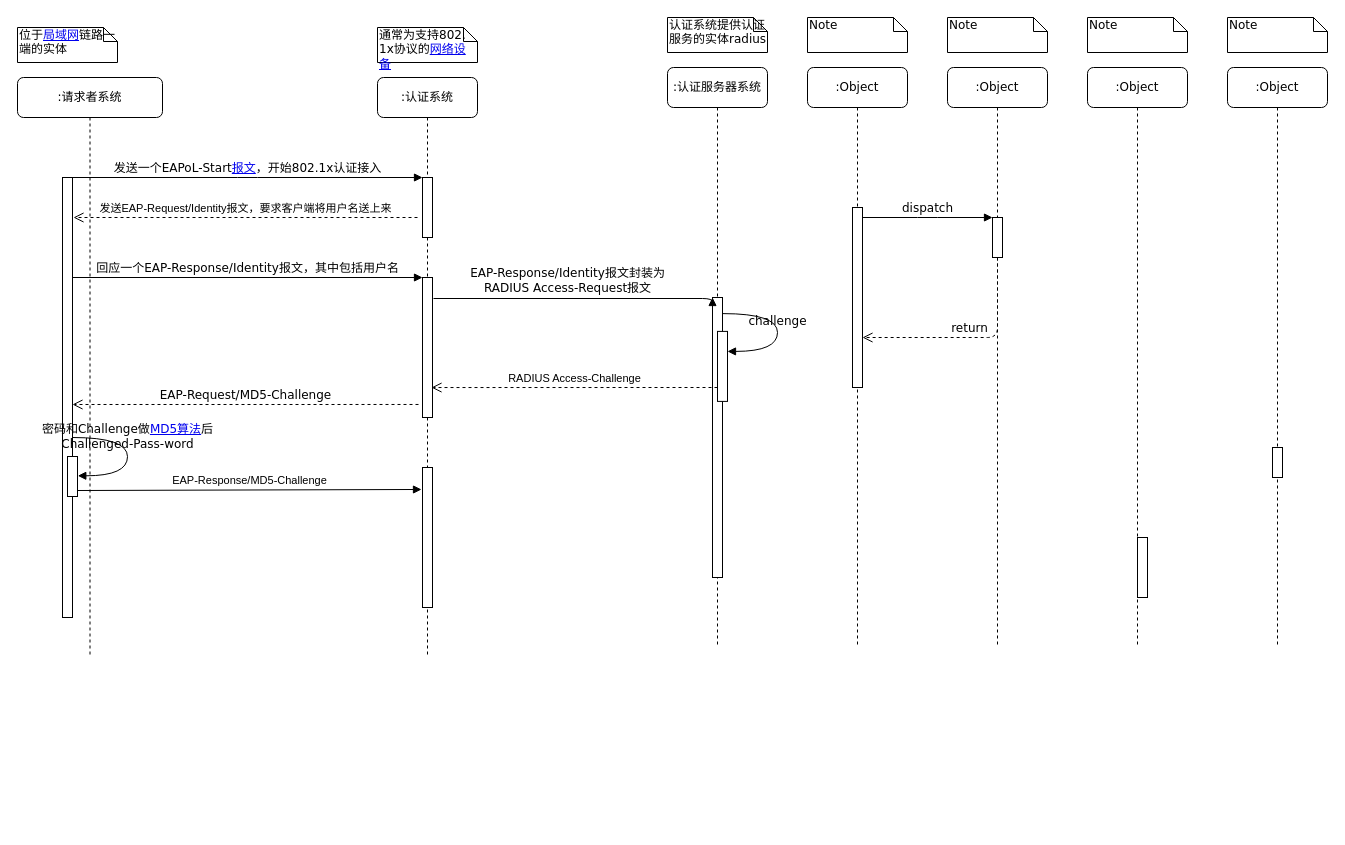
Above: radius/802.1x.drawio in luxiao/drawio (draw.io), before the change. Source tidied: cells renumbered, new cells numbered last; positions are measured from the earlier drawing's top-left corner, leaving out a move shared by most shapes. Both pictures are drawn from the tidied source at 100%, with x=0, y=0 at pixel (17, 17).
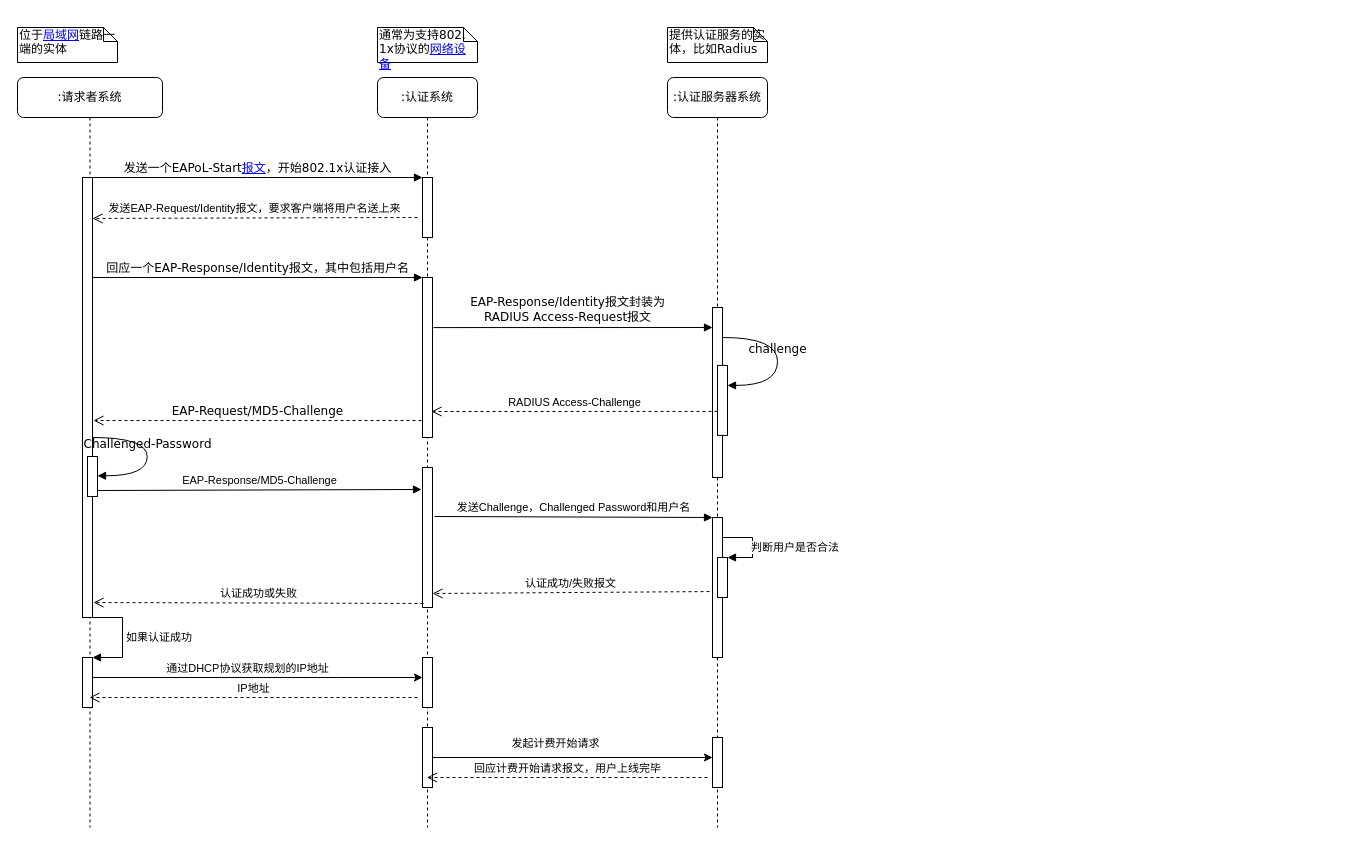
Above is the later version.

The change refers to these unchanged cells:
```xml
<mxCell id="5" style="html=1;points=[];perimeter=orthogonalPerimeter;rounded=0;shadow=0;comic=0;labelBackgroundColor=none;strokeWidth=1;fontFamily=Verdana;fontSize=12;align=center;" parent="2" vertex="1">
  <mxGeometry x="45" y="390" width="10" height="140" as="geometry" />
</mxCell>
```

Change to the diagram source:
```diff
@@
     <mxCell id="2" value=":认证系统" style="shape=umlLifeline;perimeter=lifelinePerimeter;whiteSpace=wrap;html=1;outlineConnect=0;rounded=1;shadow=0;comic=0;labelBackgroundColor=none;strokeWidth=1;fontFamily=Verdana;fontSize=12;align=center;" parent="1" vertex="1">
-      <mxGeometry x="360" y="60" width="100" height="580" as="geometry" />
+      <mxGeometry x="360" y="60" width="100" height="750" as="geometry" />
     </mxCell>
@@
     <mxCell id="4" style="html=1;points=[];perimeter=orthogonalPerimeter;rounded=0;shadow=0;comic=0;labelBackgroundColor=none;strokeWidth=1;fontFamily=Verdana;fontSize=12;align=center;" parent="2" vertex="1">
-      <mxGeometry x="45" y="200" width="10" height="140" as="geometry" />
+      <mxGeometry x="45" y="200" width="10" height="160" as="geometry" />
     </mxCell>
@@
+    <mxCell id="38" style="html=1;points=[];perimeter=orthogonalPerimeter;" parent="2" vertex="1">
+      <mxGeometry x="45" y="580" width="10" height="50" as="geometry" />
+    </mxCell>
+    <mxCell id="39" style="html=1;points=[];perimeter=orthogonalPerimeter;" parent="2" vertex="1">
+      <mxGeometry x="45" y="650" width="10" height="60" as="geometry" />
+    </mxCell>
     <mxCell id="6" value=":认证服务器系统" style="shape=umlLifeline;perimeter=lifelinePerimeter;whiteSpace=wrap;html=1;rounded=1;shadow=0;comic=0;labelBackgroundColor=none;strokeWidth=1;fontFamily=Verdana;fontSize=12;align=center;" parent="1" vertex="1">
-      <mxGeometry x="650" y="50" width="100" height="580" as="geometry" />
+      <mxGeometry x="650" y="60" width="100" height="750" as="geometry" />
     </mxCell>
     <mxCell id="7" style="html=1;points=[];perimeter=orthogonalPerimeter;rounded=0;shadow=0;comic=0;labelBackgroundColor=none;strokeWidth=1;fontFamily=Verdana;fontSize=12;align=center;" parent="6" vertex="1">
-      <mxGeometry x="45" y="230" width="10" height="280" as="geometry" />
+      <mxGeometry x="45" y="230" width="10" height="170" as="geometry" />
     </mxCell>
-    <mxCell id="8" value=":Object" style="shape=umlLifeline;perimeter=lifelinePerimeter;whiteSpace=wrap;html=1;rounded=1;shadow=0;comic=0;labelBackgroundColor=none;strokeWidth=1;fontFamily=Verdana;fontSize=12;align=center;" parent="1" vertex="1">
-      <mxGeometry x="790" y="50" width="100" height="580" as="geometry" />
-    </mxCell>
-    <mxCell id="9" value=":Object" style="shape=umlLifeline;perimeter=lifelinePerimeter;whiteSpace=wrap;html=1;rounded=1;shadow=0;comic=0;labelBackgroundColor=none;strokeWidth=1;fontFamily=Verdana;fontSize=12;align=center;" parent="1" vertex="1">
-      <mxGeometry x="930" y="50" width="100" height="580" as="geometry" />
-    </mxCell>
-    <mxCell id="10" value=":Object" style="shape=umlLifeline;perimeter=lifelinePerimeter;whiteSpace=wrap;html=1;rounded=1;shadow=0;comic=0;labelBackgroundColor=none;strokeWidth=1;fontFamily=Verdana;fontSize=12;align=center;" parent="1" vertex="1">
-      <mxGeometry x="1070" y="50" width="100" height="580" as="geometry" />
-    </mxCell>
-    <mxCell id="11" value=":Object" style="shape=umlLifeline;perimeter=lifelinePerimeter;whiteSpace=wrap;html=1;rounded=1;shadow=0;comic=0;labelBackgroundColor=none;strokeWidth=1;fontFamily=Verdana;fontSize=12;align=center;" parent="1" vertex="1">
-      <mxGeometry x="1210" y="50" width="100" height="580" as="geometry" />
-    </mxCell>
+    <mxCell id="40" style="html=1;points=[];perimeter=orthogonalPerimeter;" parent="6" vertex="1">
+      <mxGeometry x="45" y="440" width="10" height="140" as="geometry" />
+    </mxCell>
+    <mxCell id="41" style="html=1;points=[];perimeter=orthogonalPerimeter;" parent="6" vertex="1">
+      <mxGeometry x="50" y="480" width="10" height="40" as="geometry" />
+    </mxCell>
+    <mxCell id="42" value="判断用户是否合法" style="edgeStyle=orthogonalEdgeStyle;html=1;align=left;spacingLeft=2;endArrow=block;rounded=0;entryX=1;entryY=0;" parent="6" edge="1" target="41">
+      <mxGeometry x="0.07" y="-5" relative="1" as="geometry">
+        <mxPoint x="55" y="460" as="sourcePoint" />
+        <Array as="points">
+          <mxPoint x="85" y="460" />
+        </Array>
+      </mxGeometry>
+    </mxCell>
+    <mxCell id="43" style="html=1;points=[];perimeter=orthogonalPerimeter;" parent="6" vertex="1">
+      <mxGeometry x="45" y="660" width="10" height="50" as="geometry" />
+    </mxCell>
     <mxCell id="12" value=":请求者系统" style="shape=umlLifeline;perimeter=lifelinePerimeter;whiteSpace=wrap;html=1;outlineConnect=0;rounded=1;shadow=0;comic=0;labelBackgroundColor=none;strokeWidth=1;fontFamily=Verdana;fontSize=12;align=center;" parent="1" vertex="1">
-      <mxGeometry y="60" width="145" height="580" as="geometry" />
+      <mxGeometry y="60" width="145" height="750" as="geometry" />
     </mxCell>
     <mxCell id="13" style="html=1;points=[];perimeter=orthogonalPerimeter;rounded=0;shadow=0;comic=0;labelBackgroundColor=none;strokeWidth=1;fontFamily=Verdana;fontSize=12;align=center;" parent="12" vertex="1">
-      <mxGeometry x="45" y="100" width="10" height="440" as="geometry" />
+      <mxGeometry x="65" y="100" width="10" height="440" as="geometry" />
     </mxCell>
-    <mxCell id="14" value="&lt;div&gt;密码和Challenge做&lt;a target=&quot;_blank&quot; href=&quot;https://baike.baidu.com/item/MD5%E7%AE%97%E6%B3%95/174909&quot;&gt;MD5算法&lt;/a&gt;后&lt;/div&gt;&lt;div&gt;Challenged-Pass-word&lt;/div&gt;" style="html=1;verticalAlign=bottom;endArrow=block;labelBackgroundColor=none;fontFamily=Verdana;fontSize=12;elbow=vertical;edgeStyle=orthogonalEdgeStyle;curved=1;entryX=1;entryY=0.286;entryPerimeter=0;exitX=1.038;exitY=0.345;exitPerimeter=0;" parent="12" edge="1">
+    <mxCell id="14" value="&lt;div&gt;Challenged-Password&lt;/div&gt;" style="html=1;verticalAlign=bottom;endArrow=block;labelBackgroundColor=none;fontFamily=Verdana;fontSize=12;elbow=vertical;edgeStyle=orthogonalEdgeStyle;curved=1;entryX=1;entryY=0.286;entryPerimeter=0;exitX=1.038;exitY=0.345;exitPerimeter=0;" parent="12" edge="1">
       <mxGeometry relative="1" as="geometry">
-        <mxPoint x="55.3" y="360" as="sourcePoint" />
-        <mxPoint x="60.3" y="398.3" as="targetPoint" />
+        <mxPoint x="75" y="360" as="sourcePoint" />
+        <mxPoint x="80" y="398.3" as="targetPoint" />
         <Array as="points">
-          <mxPoint x="110" y="360" />
-          <mxPoint x="110" y="398" />
+          <mxPoint x="129.7" y="360" />
+          <mxPoint x="129.7" y="398" />
         </Array>
       </mxGeometry>
     </mxCell>
     <mxCell id="15" style="html=1;points=[];perimeter=orthogonalPerimeter;rounded=0;shadow=0;comic=0;labelBackgroundColor=none;strokeWidth=1;fontFamily=Verdana;fontSize=12;align=center;" parent="12" vertex="1">
-      <mxGeometry x="50" y="379" width="10" height="40" as="geometry" />
+      <mxGeometry x="70" y="379" width="10" height="40" as="geometry" />
     </mxCell>
-    <mxCell id="16" style="html=1;points=[];perimeter=orthogonalPerimeter;rounded=0;shadow=0;comic=0;labelBackgroundColor=none;strokeWidth=1;fontFamily=Verdana;fontSize=12;align=center;" parent="1" vertex="1">
-      <mxGeometry x="835" y="190" width="10" height="180" as="geometry" />
-    </mxCell>
-    <mxCell id="17" style="html=1;points=[];perimeter=orthogonalPerimeter;rounded=0;shadow=0;comic=0;labelBackgroundColor=none;strokeWidth=1;fontFamily=Verdana;fontSize=12;align=center;" parent="1" vertex="1">
-      <mxGeometry x="975" y="200" width="10" height="40" as="geometry" />
-    </mxCell>
-    <mxCell id="18" value="dispatch" style="html=1;verticalAlign=bottom;endArrow=block;entryX=0;entryY=0;labelBackgroundColor=none;fontFamily=Verdana;fontSize=12;edgeStyle=elbowEdgeStyle;elbow=vertical;" parent="1" edge="1" source="16" target="17">
-      <mxGeometry relative="1" as="geometry" />
-    </mxCell>
-    <mxCell id="19" value="return" style="html=1;verticalAlign=bottom;endArrow=open;dashed=1;endSize=8;labelBackgroundColor=none;fontFamily=Verdana;fontSize=12;edgeStyle=elbowEdgeStyle;elbow=vertical;" parent="1" edge="1" source="17" target="16">
-      <mxGeometry relative="1" as="geometry">
-        <Array as="points">
-          <mxPoint x="890" y="320" />
-          <mxPoint x="920" y="230" />
-          <mxPoint x="950" y="230" />
-        </Array>
-      </mxGeometry>
-    </mxCell>
+    <mxCell id="44" style="html=1;points=[];perimeter=orthogonalPerimeter;" parent="12" vertex="1">
+      <mxGeometry x="65" y="580" width="10" height="50" as="geometry" />
+    </mxCell>
+    <mxCell id="45" value="如果认证成功" style="edgeStyle=orthogonalEdgeStyle;html=1;align=left;spacingLeft=2;endArrow=block;rounded=0;entryX=1;entryY=0;" parent="12" edge="1" target="44">
+      <mxGeometry relative="1" as="geometry">
+        <mxPoint x="75" y="540" as="sourcePoint" />
+        <Array as="points">
+          <mxPoint x="105" y="540" />
+        </Array>
+      </mxGeometry>
+    </mxCell>
@@
-    <mxCell id="21" style="html=1;perimeter=orthogonalPerimeter;rounded=0;shadow=0;comic=0;labelBackgroundColor=none;strokeColor=#000000;strokeWidth=1;fillColor=#FFFFFF;fontFamily=Verdana;fontSize=12;fontColor=#000000;align=center;" parent="1" vertex="1">
-      <mxGeometry x="1255" y="430" width="10" height="30" as="geometry" />
-    </mxCell>
-    <mxCell id="22" style="html=1;perimeter=orthogonalPerimeter;rounded=0;shadow=0;comic=0;labelBackgroundColor=none;strokeWidth=1;fontFamily=Verdana;fontSize=12;align=center;" parent="1" vertex="1">
-      <mxGeometry x="1120" y="520" width="10" height="60" as="geometry" />
-    </mxCell>
-    <mxCell id="23" value="EAP-Request/MD5-Challenge" style="html=1;verticalAlign=bottom;endArrow=open;dashed=1;endSize=8;labelBackgroundColor=none;fontFamily=Verdana;fontSize=12;edgeStyle=elbowEdgeStyle;elbow=vertical;exitX=-0.4;exitY=0.907;exitDx=0;exitDy=0;exitPerimeter=0;" parent="1" edge="1" source="4" target="13">
-      <mxGeometry relative="1" as="geometry">
-        <Array as="points">
-          <mxPoint x="320" y="387" />
-        </Array>
-      </mxGeometry>
+    <mxCell id="23" value="EAP-Request/MD5-Challenge" style="html=1;verticalAlign=bottom;endArrow=open;dashed=1;endSize=8;labelBackgroundColor=none;fontFamily=Verdana;fontSize=12;edgeStyle=elbowEdgeStyle;elbow=vertical;exitX=-0.1;exitY=0.894;exitDx=0;exitDy=0;exitPerimeter=0;entryX=1.1;entryY=0.552;entryDx=0;entryDy=0;entryPerimeter=0;" parent="1" edge="1" source="4" target="13">
+      <mxGeometry relative="1" as="geometry" />
     </mxCell>
@@
-    <mxCell id="25" value="&lt;div&gt;EAP-Response/Identity报文封装为&lt;/div&gt;&lt;div&gt;RADIUS Access-Request报文&lt;/div&gt;" style="html=1;verticalAlign=bottom;endArrow=block;entryX=0;entryY=0;labelBackgroundColor=none;fontFamily=Verdana;fontSize=12;edgeStyle=elbowEdgeStyle;elbow=vertical;exitX=1.1;exitY=0.15;exitDx=0;exitDy=0;exitPerimeter=0;" parent="1" edge="1" source="4" target="7">
-      <mxGeometry x="-0.04" y="1" relative="1" as="geometry" />
+    <mxCell id="25" value="&lt;div&gt;EAP-Response/Identity报文封装为&lt;/div&gt;&lt;div&gt;RADIUS Access-Request报文&lt;/div&gt;" style="html=1;verticalAlign=bottom;endArrow=block;labelBackgroundColor=none;fontFamily=Verdana;fontSize=12;edgeStyle=elbowEdgeStyle;elbow=vertical;exitX=1.1;exitY=0.313;exitDx=0;exitDy=0;exitPerimeter=0;entryX=0;entryY=0.112;entryDx=0;entryDy=0;entryPerimeter=0;" parent="1" edge="1" source="4" target="7">
+      <mxGeometry x="-0.04" y="1" relative="1" as="geometry">
+        <Array as="points">
+          <mxPoint x="540" y="310" />
+          <mxPoint x="560" y="295" />
+        </Array>
+      </mxGeometry>
     </mxCell>
     <mxCell id="26" style="html=1;points=[];perimeter=orthogonalPerimeter;rounded=0;shadow=0;comic=0;labelBackgroundColor=none;strokeWidth=1;fontFamily=Verdana;fontSize=12;align=center;" parent="1" vertex="1">
-      <mxGeometry x="700" y="313.9" width="10" height="70" as="geometry" />
+      <mxGeometry x="700" y="347.9" width="10" height="70" as="geometry" />
     </mxCell>
     <mxCell id="27" value="challenge" style="html=1;verticalAlign=bottom;endArrow=block;labelBackgroundColor=none;fontFamily=Verdana;fontSize=12;elbow=vertical;edgeStyle=orthogonalEdgeStyle;curved=1;entryX=1;entryY=0.286;entryPerimeter=0;exitX=1.038;exitY=0.345;exitPerimeter=0;" parent="1" edge="1" target="26">
       <mxGeometry relative="1" as="geometry">
-        <mxPoint x="705.4" y="296.1" as="sourcePoint" />
+        <mxPoint x="705.4" y="320" as="sourcePoint" />
         <Array as="points">
-          <mxPoint x="760" y="295.9" />
-          <mxPoint x="760" y="333.9" />
+          <mxPoint x="760" y="319.9" />
+          <mxPoint x="760" y="367.9" />
         </Array>
       </mxGeometry>
     </mxCell>
@@
-    <mxCell id="30" value="认证系统提供认证服务的实体radius" style="shape=note;whiteSpace=wrap;html=1;size=14;verticalAlign=top;align=left;spacingTop=-6;rounded=0;shadow=0;comic=0;labelBackgroundColor=none;strokeWidth=1;fontFamily=Verdana;fontSize=12;" parent="1" vertex="1">
-      <mxGeometry x="650" width="100" height="35" as="geometry" />
+    <mxCell id="30" value="提供认证服务的实体，比如Radius" style="shape=note;whiteSpace=wrap;html=1;size=14;verticalAlign=top;align=left;spacingTop=-6;rounded=0;shadow=0;comic=0;labelBackgroundColor=none;strokeWidth=1;fontFamily=Verdana;fontSize=12;" parent="1" vertex="1">
+      <mxGeometry x="650" y="10" width="100" height="35" as="geometry" />
     </mxCell>
-    <mxCell id="31" value="Note" style="shape=note;whiteSpace=wrap;html=1;size=14;verticalAlign=top;align=left;spacingTop=-6;rounded=0;shadow=0;comic=0;labelBackgroundColor=none;strokeWidth=1;fontFamily=Verdana;fontSize=12;" parent="1" vertex="1">
-      <mxGeometry x="790" width="100" height="35" as="geometry" />
-    </mxCell>
-    <mxCell id="32" value="Note" style="shape=note;whiteSpace=wrap;html=1;size=14;verticalAlign=top;align=left;spacingTop=-6;rounded=0;shadow=0;comic=0;labelBackgroundColor=none;strokeWidth=1;fontFamily=Verdana;fontSize=12;" parent="1" vertex="1">
-      <mxGeometry x="930" width="100" height="35" as="geometry" />
-    </mxCell>
-    <mxCell id="33" value="Note" style="shape=note;whiteSpace=wrap;html=1;size=14;verticalAlign=top;align=left;spacingTop=-6;rounded=0;shadow=0;comic=0;labelBackgroundColor=none;strokeWidth=1;fontFamily=Verdana;fontSize=12;" parent="1" vertex="1">
-      <mxGeometry x="1070" width="100" height="35" as="geometry" />
-    </mxCell>
-    <mxCell id="34" value="Note" style="shape=note;whiteSpace=wrap;html=1;size=14;verticalAlign=top;align=left;spacingTop=-6;rounded=0;shadow=0;comic=0;labelBackgroundColor=none;strokeWidth=1;fontFamily=Verdana;fontSize=12;" parent="1" vertex="1">
-      <mxGeometry x="1210" width="100" height="35" as="geometry" />
-    </mxCell>
-    <mxCell id="35" value="发送EAP-Request/Identity报文，要求客户端将用户名送上来" style="html=1;verticalAlign=bottom;endArrow=open;dashed=1;endSize=8;" parent="1" edge="1">
+    <mxCell id="35" value="发送EAP-Request/Identity报文，要求客户端将用户名送上来" style="html=1;verticalAlign=bottom;endArrow=open;dashed=1;endSize=8;entryX=1;entryY=0.093;entryDx=0;entryDy=0;entryPerimeter=0;" parent="1" edge="1" target="13">
       <mxGeometry relative="1" as="geometry">
         <mxPoint x="400" y="200" as="sourcePoint" />
-        <mxPoint x="56" y="200" as="targetPoint" />
       </mxGeometry>
     </mxCell>
-    <mxCell id="36" value="RADIUS Access-Challenge" style="html=1;verticalAlign=bottom;endArrow=open;dashed=1;endSize=8;entryX=0.9;entryY=0.786;entryDx=0;entryDy=0;entryPerimeter=0;" parent="1" edge="1" target="4">
+    <mxCell id="36" value="RADIUS Access-Challenge" style="html=1;verticalAlign=bottom;endArrow=open;dashed=1;endSize=8;entryX=0.9;entryY=0.786;entryDx=0;entryDy=0;entryPerimeter=0;" parent="1" edge="1">
       <mxGeometry relative="1" as="geometry">
-        <mxPoint x="700" y="370" as="sourcePoint" />
+        <mxPoint x="700" y="393.9" as="sourcePoint" />
+        <mxPoint x="414" y="394" as="targetPoint" />
       </mxGeometry>
     </mxCell>
@@
+    <mxCell id="46" value="发送Challenge，Challenged Password和用户名" style="html=1;verticalAlign=bottom;endArrow=block;entryX=0;entryY=0;exitX=1.2;exitY=0.35;exitDx=0;exitDy=0;exitPerimeter=0;" parent="1" edge="1" source="5" target="40">
+      <mxGeometry relative="1" as="geometry" />
+    </mxCell>
+    <mxCell id="47" value="认证成功/失败报文" style="html=1;verticalAlign=bottom;endArrow=open;dashed=1;endSize=8;exitX=-0.3;exitY=0.529;entryX=1;entryY=0.9;entryDx=0;entryDy=0;entryPerimeter=0;exitDx=0;exitDy=0;exitPerimeter=0;" parent="1" edge="1" source="40" target="5">
+      <mxGeometry relative="1" as="geometry" />
+    </mxCell>
+    <mxCell id="48" value="认证成功或失败" style="html=1;verticalAlign=bottom;endArrow=open;dashed=1;endSize=8;exitX=0.1;exitY=0.971;exitDx=0;exitDy=0;exitPerimeter=0;entryX=1.1;entryY=0.966;entryDx=0;entryDy=0;entryPerimeter=0;" parent="1" edge="1" source="5" target="13">
+      <mxGeometry relative="1" as="geometry" />
+    </mxCell>
+    <mxCell id="49" style="edgeStyle=orthogonalEdgeStyle;rounded=0;jettySize=auto;html=1;" parent="1" edge="1" source="44" target="38">
+      <mxGeometry relative="1" as="geometry">
+        <Array as="points">
+          <mxPoint x="320" y="660" />
+          <mxPoint x="320" y="660" />
+        </Array>
+      </mxGeometry>
+    </mxCell>
+    <mxCell id="50" value="&lt;div&gt;通过DHCP协议获取规划的IP地址&lt;/div&gt;" style="edgeLabel;html=1;align=center;verticalAlign=middle;" parent="49" vertex="1">
+      <mxGeometry x="-0.1" y="-2" relative="1" as="geometry">
+        <mxPoint x="5" y="-12" as="offset" />
+      </mxGeometry>
+    </mxCell>
+    <mxCell id="51" style="edgeStyle=orthogonalEdgeStyle;rounded=0;jettySize=auto;html=1;" parent="1" edge="1" source="39" target="43">
+      <mxGeometry relative="1" as="geometry">
+        <Array as="points">
+          <mxPoint x="410" y="730" />
+          <mxPoint x="700" y="730" />
+        </Array>
+      </mxGeometry>
+    </mxCell>
+    <mxCell id="52" value="发起计费开始请求" style="edgeLabel;html=1;align=center;verticalAlign=middle;" parent="51" vertex="1">
+      <mxGeometry x="-0.13" y="-2" relative="1" as="geometry">
+        <mxPoint y="-17" as="offset" />
+      </mxGeometry>
+    </mxCell>
+    <mxCell id="53" value="IP地址" style="html=1;verticalAlign=bottom;endArrow=open;dashed=1;endSize=8;" parent="1" edge="1" target="12">
+      <mxGeometry relative="1" as="geometry">
+        <mxPoint x="400" y="680" as="sourcePoint" />
+      </mxGeometry>
+    </mxCell>
+    <mxCell id="54" value="回应计费开始请求报文，用户上线完毕" style="html=1;verticalAlign=bottom;endArrow=open;dashed=1;endSize=8;" parent="1" edge="1" target="2">
+      <mxGeometry relative="1" as="geometry">
+        <mxPoint x="690" y="760" as="sourcePoint" />
+      </mxGeometry>
+    </mxCell>
```
